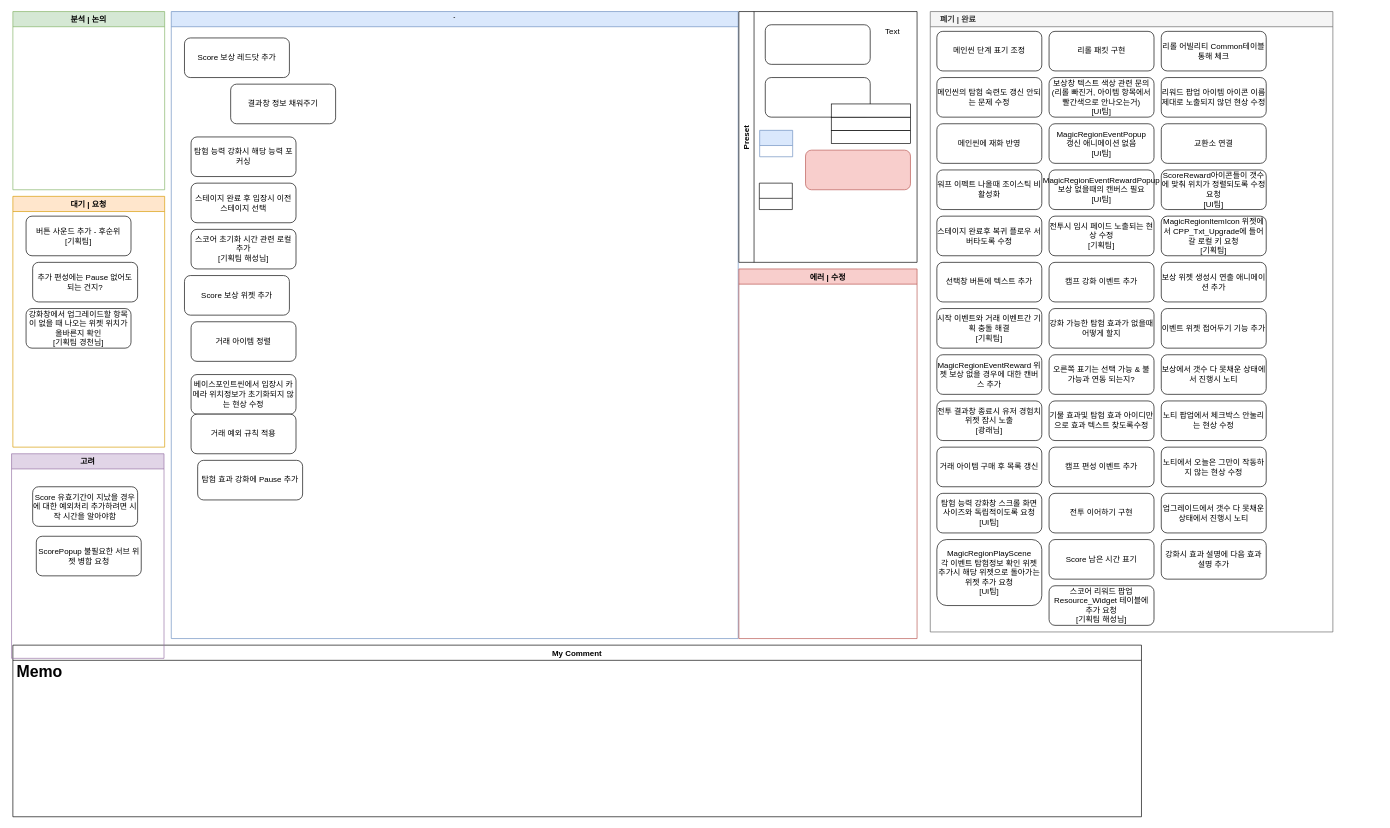
This is 로그라이트.drawio from Endorr/Job-Board, a draw.io file, before an edit. Source tidied: cells renumbered, new cells numbered last; positions are measured from the earlier drawing's top-left corner, leaving out a move shared by most shapes. Both pictures are drawn from the tidied source at 66%, with x=0, y=0 at pixel (11, 11).
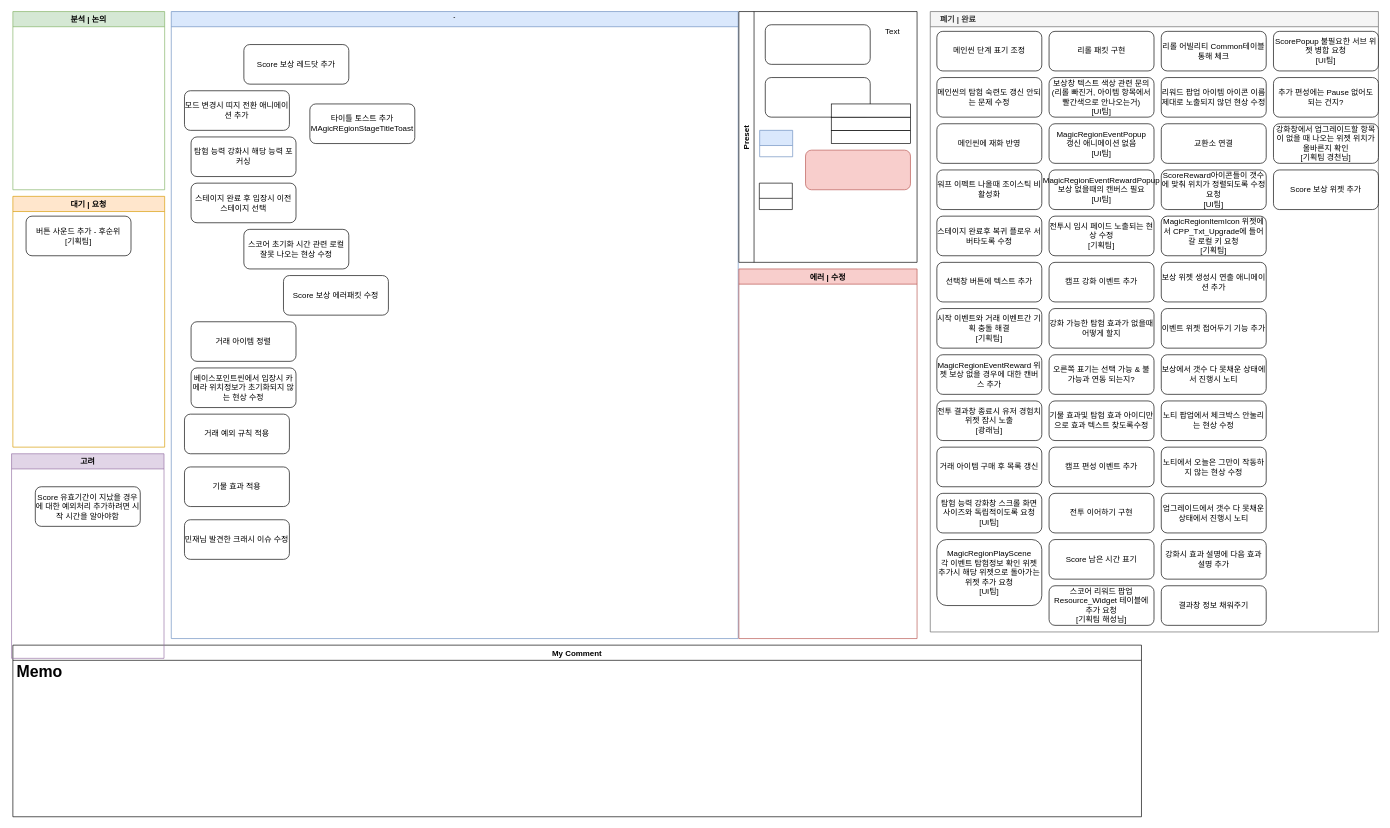
The same diagram, later.

Commit message:
로그라이트.drawio 업데이트

The change refers to these unchanged cells:
```xml
<mxCell id="2" value="`" style="swimlane;fillColor=#dae8fc;strokeColor=#6c8ebf;" parent="1" vertex="1">
  <mxGeometry x="242" width="859" height="950" as="geometry" />
</mxCell>
<mxCell id="14" value="대기 | 요청" style="swimlane;strokeColor=#d79b00;fillColor=#ffe6cc;" parent="1" vertex="1">
  <mxGeometry x="2" y="280" width="230" height="380" as="geometry" />
</mxCell>
<mxCell id="58" value="고려" style="swimlane;fillColor=#e1d5e7;strokeColor=#9673a6;" parent="1" vertex="1">
  <mxGeometry y="670" width="231" height="310" as="geometry" />
</mxCell>
```

Diff of the diagram source:
```diff
@@
-    <mxCell id="3" value="결과창 정보 채워주기" style="rounded=1;whiteSpace=wrap;html=1;" parent="2" vertex="1">
-      <mxGeometry x="90" y="110" width="159" height="60" as="geometry" />
-    </mxCell>
@@
     <mxCell id="6" value="베이스포인트씬에서 입장시 카메라 위치정보가 초기화되지 않는 현상 수정" style="rounded=1;whiteSpace=wrap;html=1;" parent="2" vertex="1">
-      <mxGeometry x="30" y="550" width="159" height="60" as="geometry" />
+      <mxGeometry x="30" y="540" width="159" height="60" as="geometry" />
     </mxCell>
-    <mxCell id="7" value="Score 보상 위젯 추가" style="rounded=1;whiteSpace=wrap;html=1;" parent="2" vertex="1">
-      <mxGeometry x="20" y="400" width="159" height="60" as="geometry" />
-    </mxCell>
-    <mxCell id="8" value="스코어 초기화 시간 관련 로컬 추가&lt;br&gt;[기획팀 해성님]" style="rounded=1;whiteSpace=wrap;html=1;" parent="2" vertex="1">
-      <mxGeometry x="30" y="330" width="159" height="60" as="geometry" />
+    <mxCell id="8" value="스코어 초기화 시간 관련 로컬 잘못 나오는 현상 수정" style="rounded=1;whiteSpace=wrap;html=1;" parent="2" vertex="1">
+      <mxGeometry x="110" y="330" width="159" height="60" as="geometry" />
     </mxCell>
     <mxCell id="9" value="Score 보상 레드닷 추가" style="rounded=1;whiteSpace=wrap;html=1;" parent="2" vertex="1">
-      <mxGeometry x="20" y="40" width="159" height="60" as="geometry" />
+      <mxGeometry x="110" y="50" width="159" height="60" as="geometry" />
     </mxCell>
     <mxCell id="10" value="거래 예외 규칙 적용" style="rounded=1;whiteSpace=wrap;html=1;" parent="2" vertex="1">
-      <mxGeometry x="30" y="610" width="159" height="60" as="geometry" />
+      <mxGeometry x="20" y="610" width="159" height="60" as="geometry" />
     </mxCell>
-    <mxCell id="11" value="탐험 효과 강화에 Pause 추가" style="rounded=1;whiteSpace=wrap;html=1;" parent="2" vertex="1">
-      <mxGeometry x="40" y="680" width="159" height="60" as="geometry" />
-    </mxCell>
@@
+    <mxCell id="73" value="모드 변경시 띠지 전환 애니메이션 추가" style="rounded=1;whiteSpace=wrap;html=1;" parent="2" vertex="1">
+      <mxGeometry x="20" y="120" width="159" height="60" as="geometry" />
+    </mxCell>
+    <mxCell id="74" value="기물 효과 적용" style="rounded=1;whiteSpace=wrap;html=1;" parent="2" vertex="1">
+      <mxGeometry x="20" y="690" width="159" height="60" as="geometry" />
+    </mxCell>
+    <mxCell id="75" value="민재님 발견한 크래시 이슈 수정" style="rounded=1;whiteSpace=wrap;html=1;" parent="2" vertex="1">
+      <mxGeometry x="20" y="770" width="159" height="60" as="geometry" />
+    </mxCell>
+    <mxCell id="76" value="타이틀 토스트 추가&lt;div&gt;MAgicREgionStageTitleToast&lt;/div&gt;" style="rounded=1;whiteSpace=wrap;html=1;" parent="2" vertex="1">
+      <mxGeometry x="210" y="140" width="159" height="60" as="geometry" />
+    </mxCell>
+    <mxCell id="77" value="Score 보상 에러패킷 수정" style="rounded=1;whiteSpace=wrap;html=1;" parent="2" vertex="1">
+      <mxGeometry x="170" y="400" width="159" height="60" as="geometry" />
+    </mxCell>
@@
-    <mxCell id="16" value="추가 편성에는 Pause 없어도 되는 건지?" style="rounded=1;whiteSpace=wrap;html=1;" parent="14" vertex="1">
-      <mxGeometry x="30" y="100" width="159" height="60" as="geometry" />
-    </mxCell>
-    <mxCell id="17" value="강화창에서 업그레이드할 항목이 없을 때 나오는 위젯 위치가 올바른지 확인&lt;br&gt;[기획팀 경천님]" style="rounded=1;whiteSpace=wrap;html=1;" parent="14" vertex="1">
-      <mxGeometry x="20" y="170" width="159" height="60" as="geometry" />
-    </mxCell>
     <mxCell id="18" value="    폐기 | 완료" style="swimlane;strokeColor=#666666;fillColor=#f5f5f5;fontColor=#333333;align=left;" parent="1" vertex="1">
-      <mxGeometry x="1392" width="610" height="940" as="geometry" />
+      <mxGeometry x="1392" width="679" height="940" as="geometry" />
     </mxCell>
@@
+    <mxCell id="3" value="결과창 정보 채워주기" style="rounded=1;whiteSpace=wrap;html=1;" parent="18" vertex="1">
+      <mxGeometry x="350" y="870" width="159" height="60" as="geometry" />
+    </mxCell>
+    <mxCell id="60" value="ScorePopup 불필요한 서브 위젯 병합 요청&lt;br&gt;[UI팀]" style="rounded=1;whiteSpace=wrap;html=1;" parent="18" vertex="1">
+      <mxGeometry x="520" y="30" width="159" height="60" as="geometry" />
+    </mxCell>
+    <mxCell id="16" value="추가 편성에는 Pause 없어도 되는 건지?" style="rounded=1;whiteSpace=wrap;html=1;" parent="18" vertex="1">
+      <mxGeometry x="520" y="100" width="159" height="60" as="geometry" />
+    </mxCell>
+    <mxCell id="17" value="강화창에서 업그레이드할 항목이 없을 때 나오는 위젯 위치가 올바른지 확인&lt;br&gt;[기획팀 경천님]" style="rounded=1;whiteSpace=wrap;html=1;" parent="18" vertex="1">
+      <mxGeometry x="520" y="170" width="159" height="60" as="geometry" />
+    </mxCell>
+    <mxCell id="7" value="Score 보상 위젯 추가" style="rounded=1;whiteSpace=wrap;html=1;" parent="18" vertex="1">
+      <mxGeometry x="520" y="240" width="159" height="60" as="geometry" />
+    </mxCell>
@@
     <mxCell id="59" value="Score 유효기간이 지났을 경우에 대한 예외처리 추가하려면 시작 시간을 알아야함" style="rounded=1;whiteSpace=wrap;html=1;" parent="58" vertex="1">
-      <mxGeometry x="32" y="50" width="159" height="60" as="geometry" />
+      <mxGeometry x="36" y="50" width="159" height="60" as="geometry" />
     </mxCell>
-    <mxCell id="60" value="ScorePopup 불필요한 서브 위젯 병합 요청" style="rounded=1;whiteSpace=wrap;html=1;" parent="58" vertex="1">
-      <mxGeometry x="37.5" y="125" width="159" height="60" as="geometry" />
-    </mxCell>
```
